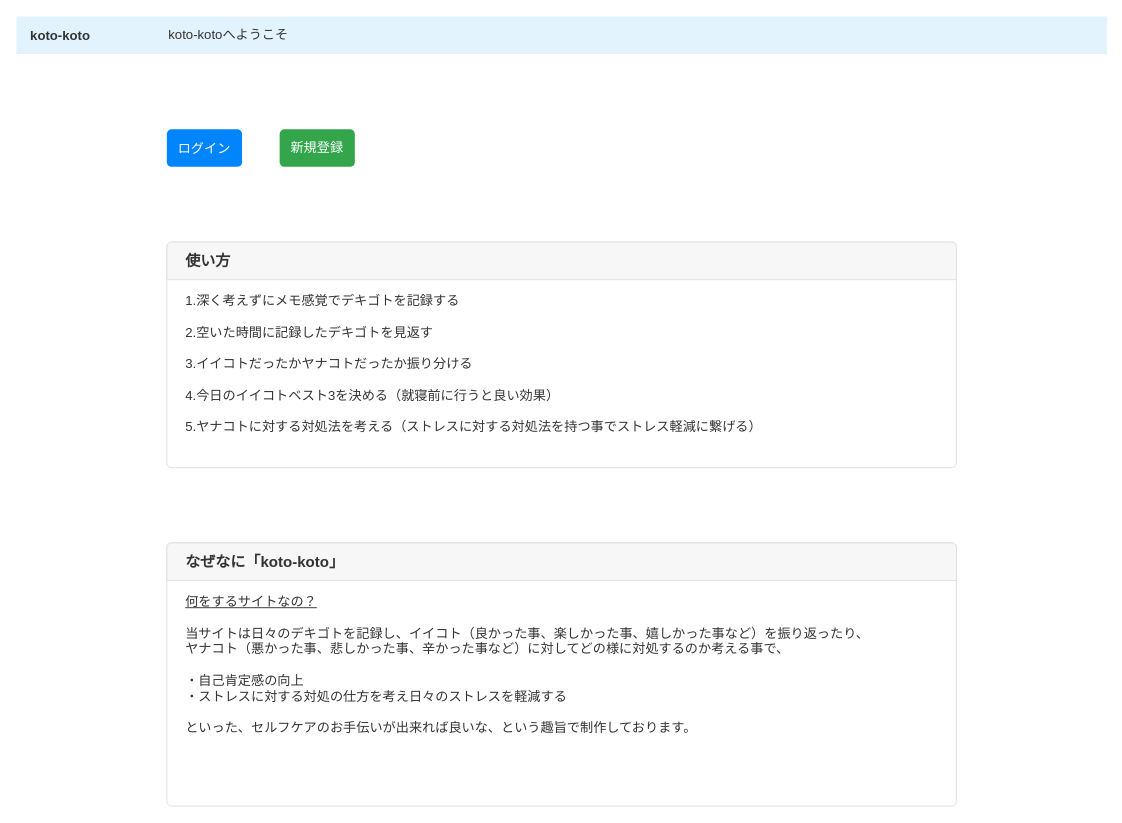
Earlier version of the draw.io diagram page "トップページ" (1 of 10) of doc/基本設計/画面設計.drawio (omoikanelulu/Three_good_things). Source tidied: cells renumbered, new cells numbered last; positions are measured from the earlier drawing's top-left corner, leaving out a move shared by most shapes. Both pictures are drawn from the tidied source at 94%, with x=0, y=0 at pixel (16, 16).
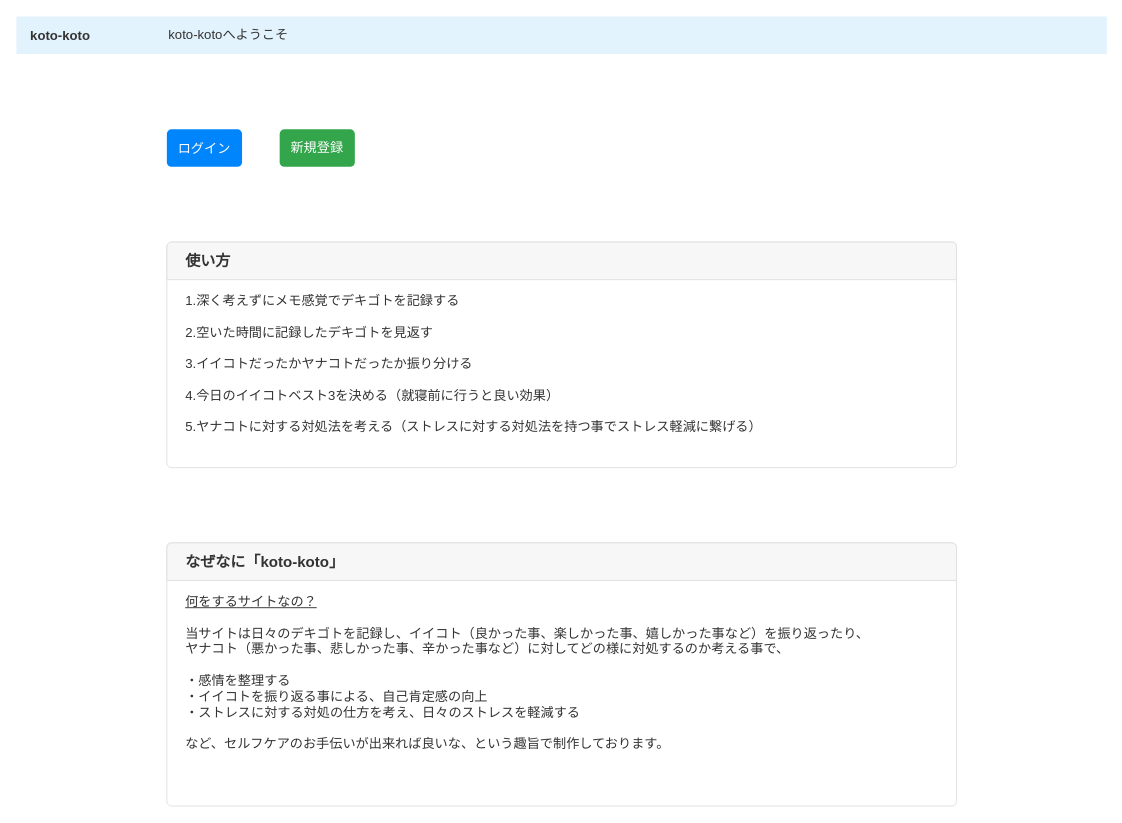
The same page after the edit.

The edit, as a diff of the source:
```diff
@@
 <mxGraphModel background="#ffffff">
   <root>
     <mxCell id="0" />
     <mxCell id="1" parent="0" />
     <mxCell id="2" value="&lt;b style=&quot;font-size: 14px; text-align: center;&quot;&gt;&lt;font&gt;koto-koto&lt;/font&gt;&lt;/b&gt;" style="html=1;shadow=0;dashed=0;fillColor=#E3F3FD;strokeColor=none;fontSize=16;fontColor=#333333;align=left;spacing=15;" parent="1" vertex="1">
       <mxGeometry width="1160" height="40" as="geometry" />
     </mxCell>
     <mxCell id="3" value="&lt;font style=&quot;font-size: 14px;&quot;&gt;ログイン&lt;/font&gt;" style="html=1;shadow=0;dashed=0;shape=mxgraph.bootstrap.rrect;rSize=5;strokeColor=none;strokeWidth=1;fillColor=#0085FC;fontColor=#FFFFFF;whiteSpace=wrap;align=center;verticalAlign=middle;spacingLeft=0;fontStyle=0;fontSize=16;spacing=5;" parent="1" vertex="1">
       <mxGeometry x="160" y="120" width="80" height="40" as="geometry" />
     </mxCell>
     <mxCell id="4" value="新規登録" style="html=1;shadow=0;dashed=0;shape=mxgraph.bootstrap.rrect;rSize=5;strokeColor=none;strokeWidth=1;fillColor=#33A64C;fontColor=#FFFFFF;whiteSpace=wrap;align=center;verticalAlign=middle;spacingLeft=0;fontStyle=0;fontSize=14;spacing=5;" parent="1" vertex="1">
       <mxGeometry x="280" y="120" width="80" height="40" as="geometry" />
     </mxCell>
     <mxCell id="5" value="koto-kotoへようこそ" style="html=1;shadow=0;dashed=0;fillColor=none;strokeColor=none;shape=mxgraph.bootstrap.rect;fontColor=#333333;whiteSpace=wrap;fontSize=14;align=left;" parent="1" vertex="1">
       <mxGeometry x="160" width="160" height="40" as="geometry" />
     </mxCell>
     <mxCell id="6" style="html=1;shadow=0;dashed=0;shape=mxgraph.bootstrap.rrect;rSize=5;strokeColor=#DFDFDF;html=1;whiteSpace=wrap;fillColor=#FFFFFF;fontColor=#333333;fontSize=16;" parent="1" vertex="1">
       <mxGeometry x="160" y="560" width="840" height="280" as="geometry" />
     </mxCell>
     <mxCell id="7" value="なぜなに「koto-koto」" style="html=1;shadow=0;dashed=0;shape=mxgraph.bootstrap.topButton;strokeColor=inherit;fillColor=#F7F7F7;rSize=5;perimeter=none;whiteSpace=wrap;align=left;spacing=20;fontSize=16;fontStyle=1;fontColor=#333333;" parent="6" vertex="1">
       <mxGeometry width="840" height="40" relative="1" as="geometry" />
     </mxCell>
-    <mxCell id="8" value="&lt;font style=&quot;&quot;&gt;&lt;div style=&quot;&quot;&gt;&lt;span style=&quot;background-color: initial;&quot;&gt;&lt;u&gt;何をするサイトなの？&lt;/u&gt;&lt;/span&gt;&lt;/div&gt;&lt;div style=&quot;&quot;&gt;&lt;br&gt;&lt;/div&gt;&lt;div style=&quot;&quot;&gt;&lt;div&gt;&lt;span style=&quot;background-color: initial;&quot;&gt;当サイトは日々のデキゴトを記録し、イイコト（良かった事、楽しかった事、嬉しかった事など）を振り返ったり、&lt;/span&gt;&lt;/div&gt;&lt;div&gt;&lt;span style=&quot;background-color: initial;&quot;&gt;ヤナコト（悪かった事、悲しかった事、辛かった事など）に対してどの様に対処するのか考える事で、&lt;/span&gt;&lt;/div&gt;&lt;div&gt;&lt;span style=&quot;background-color: initial;&quot;&gt;&lt;br&gt;&lt;/span&gt;&lt;/div&gt;&lt;div&gt;&lt;span style=&quot;background-color: initial;&quot;&gt;・自己肯定感の向上&lt;/span&gt;&lt;/div&gt;&lt;div&gt;&lt;span style=&quot;background-color: initial;&quot;&gt;・&lt;/span&gt;&lt;span style=&quot;background-color: initial;&quot;&gt;ストレスに対する対処の仕方を考え日々のストレスを軽減する&lt;/span&gt;&lt;/div&gt;&lt;div&gt;&lt;span style=&quot;background-color: initial;&quot;&gt;&lt;br&gt;&lt;/span&gt;&lt;/div&gt;&lt;div&gt;&lt;span style=&quot;background-color: initial;&quot;&gt;といった、セルフケアのお手伝いが出来れば良いな、という趣旨で&lt;/span&gt;&lt;span style=&quot;background-color: initial;&quot;&gt;制作しております。&lt;/span&gt;&lt;/div&gt;&lt;/div&gt;&lt;/font&gt;" style="perimeter=none;html=1;whiteSpace=wrap;fillColor=none;strokeColor=none;verticalAlign=top;align=left;spacing=20;spacingTop=-10;fontSize=14;fontColor=#333333;" parent="6" vertex="1">
+    <mxCell id="8" value="&lt;font style=&quot;&quot;&gt;&lt;div style=&quot;&quot;&gt;&lt;span style=&quot;background-color: initial;&quot;&gt;&lt;u&gt;何をするサイトなの？&lt;/u&gt;&lt;/span&gt;&lt;/div&gt;&lt;div style=&quot;&quot;&gt;&lt;br&gt;&lt;/div&gt;&lt;div style=&quot;&quot;&gt;&lt;div&gt;&lt;span style=&quot;background-color: initial;&quot;&gt;当サイトは日々のデキゴトを記録し、イイコト（良かった事、楽しかった事、嬉しかった事など）を振り返ったり、&lt;/span&gt;&lt;/div&gt;&lt;div&gt;&lt;span style=&quot;background-color: initial;&quot;&gt;ヤナコト（悪かった事、悲しかった事、辛かった事など）に対してどの様に対処するのか考える事で、&lt;/span&gt;&lt;/div&gt;&lt;div&gt;&lt;span style=&quot;background-color: initial;&quot;&gt;&lt;br&gt;&lt;/span&gt;&lt;/div&gt;&lt;div&gt;・感情を整理する&lt;span style=&quot;background-color: initial;&quot;&gt;&lt;br&gt;&lt;/span&gt;&lt;/div&gt;&lt;div&gt;&lt;span style=&quot;background-color: initial;&quot;&gt;・イイコトを振り返る事による、自己肯定感の向上&lt;/span&gt;&lt;/div&gt;&lt;div&gt;&lt;span style=&quot;background-color: initial;&quot;&gt;・&lt;/span&gt;&lt;span style=&quot;background-color: initial;&quot;&gt;ストレスに対する対処の仕方を考え、日々のストレスを軽減する&lt;/span&gt;&lt;/div&gt;&lt;div&gt;&lt;span style=&quot;background-color: initial;&quot;&gt;&lt;br&gt;&lt;/span&gt;&lt;/div&gt;&lt;div&gt;&lt;span style=&quot;background-color: initial;&quot;&gt;など、セルフケアのお手伝いが出来れば良いな、という趣旨で&lt;/span&gt;&lt;span style=&quot;background-color: initial;&quot;&gt;制作しております。&lt;/span&gt;&lt;/div&gt;&lt;/div&gt;&lt;/font&gt;" style="perimeter=none;html=1;whiteSpace=wrap;fillColor=none;strokeColor=none;verticalAlign=top;align=left;spacing=20;spacingTop=-10;fontSize=14;fontColor=#333333;" parent="6" vertex="1">
       <mxGeometry width="840" height="240" relative="1" as="geometry">
         <mxPoint y="40" as="offset" />
       </mxGeometry>
     </mxCell>
     <mxCell id="9" style="html=1;shadow=0;dashed=0;shape=mxgraph.bootstrap.rrect;rSize=5;strokeColor=#DFDFDF;html=1;whiteSpace=wrap;fillColor=#FFFFFF;fontColor=#333333;fontSize=16;" parent="1" vertex="1">
       <mxGeometry x="160" y="240" width="840" height="240" as="geometry" />
     </mxCell>
     <mxCell id="10" value="使い方" style="html=1;shadow=0;dashed=0;shape=mxgraph.bootstrap.topButton;strokeColor=inherit;fillColor=#F7F7F7;rSize=5;perimeter=none;whiteSpace=wrap;align=left;spacing=20;fontSize=16;fontStyle=1;fontColor=#333333;" parent="9" vertex="1">
       <mxGeometry width="840" height="40" relative="1" as="geometry" />
     </mxCell>
     <mxCell id="11" value="&lt;font style=&quot;&quot;&gt;&lt;div style=&quot;&quot;&gt;1.深く考えずにメモ感覚でデキゴトを記録する&lt;/div&gt;&lt;div style=&quot;&quot;&gt;&lt;br&gt;&lt;/div&gt;&lt;div style=&quot;&quot;&gt;2.空いた時間に記録したデキゴトを見返す&lt;/div&gt;&lt;div style=&quot;&quot;&gt;&lt;br&gt;&lt;/div&gt;&lt;div style=&quot;&quot;&gt;3.イイコトだったかヤナコトだったか振り分ける&lt;/div&gt;&lt;div style=&quot;&quot;&gt;&lt;br&gt;&lt;/div&gt;&lt;div style=&quot;&quot;&gt;4.今日のイイコトベスト3を決める（就寝前に行うと良い効果）&lt;/div&gt;&lt;div style=&quot;&quot;&gt;&lt;br&gt;&lt;/div&gt;&lt;div style=&quot;&quot;&gt;5.ヤナコトに対する対処法を考える（ストレスに対する対処法を持つ事でストレス軽減に繋げる）&lt;/div&gt;&lt;/font&gt;" style="perimeter=none;html=1;whiteSpace=wrap;fillColor=none;strokeColor=none;verticalAlign=top;align=left;spacing=20;spacingTop=-10;fontSize=14;fontColor=#333333;" parent="9" vertex="1">
       <mxGeometry width="840" height="200" relative="1" as="geometry">
         <mxPoint y="40" as="offset" />
       </mxGeometry>
     </mxCell>
   </root>
 </mxGraphModel>
```
